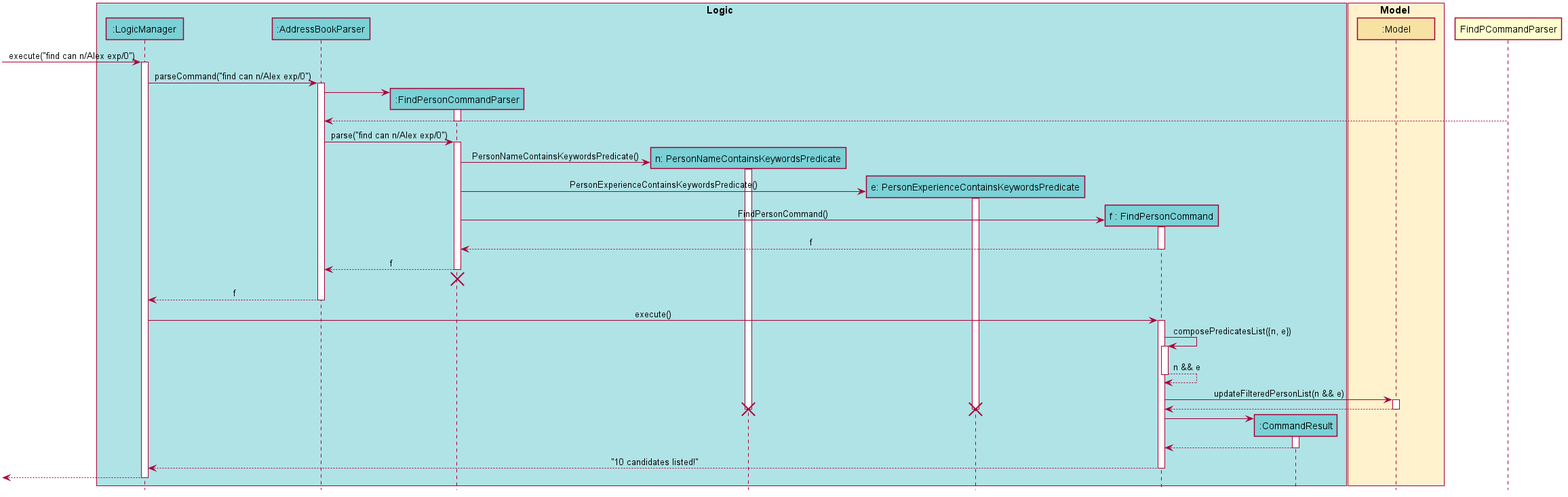
vanGoghhh/tp keeps this PlantUML diagram as docs/images/FindSequenceDiagram.png. Above is the earlier version. Source of this version:
```plantuml
@startuml








skinparam BackgroundColor #FFFFFFF

skinparam Shadowing false

skinparam Class {
    FontColor #000000
    BorderThickness 1
    BorderColor #FFFFFF
    StereotypeFontColor #000000
    FontName Arial
}

skinparam Actor {
    BorderColor #000000
    Color #000000
    FontName Arial
}

skinparam Sequence {
    MessageAlign center
    BoxFontSize 15
    BoxPadding 0
    BoxFontColor #000000
    FontName Arial
}

skinparam Participant {
    FontColor #000000
    Padding 20
}

skinparam MinClassWidth 100
skinparam ParticipantPadding 10
skinparam Shadowing false
skinparam DefaultTextAlignment center
skinparam packageStyle Rectangle

hide footbox
hide members
hide circle

box Logic #B0E3E6
participant ":LogicManager" as LogicManager #7AD1D6
participant ":AddressBookParser" as AddressBookParser #7AD1D6
participant ":FindPersonCommandParser" as FindPersonCommandParser #7AD1D6
participant "n: PersonNameContainsKeywordsPredicate" as PersonNameContainsKeywordsPredicate #7AD1D6
participant "e: PersonExperienceContainsKeywordsPredicate" as PersonExperienceContainsKeywordsPredicate #7AD1D6
participant "f : FindPersonCommand" as FindPersonCommand #7AD1D6
participant ":CommandResult" as CommandResult #7AD1D6

end box

box Model #FFF2CC
participant ":Model" as Model #F7E2A4
end box

[-> LogicManager : execute("find can n/Alex exp/0")
activate LogicManager

LogicManager -> AddressBookParser : parseCommand("find can n/Alex exp/0")
activate AddressBookParser

create FindPersonCommandParser
AddressBookParser -> FindPersonCommandParser
activate FindPersonCommandParser

FindPCommandParser --> AddressBookParser
deactivate FindPersonCommandParser

AddressBookParser -> FindPersonCommandParser : parse("find can n/Alex exp/0")
activate FindPersonCommandParser

create PersonNameContainsKeywordsPredicate
FindPersonCommandParser -> PersonNameContainsKeywordsPredicate : PersonNameContainsKeywordsPredicate()
activate PersonNameContainsKeywordsPredicate

create PersonExperienceContainsKeywordsPredicate
FindPersonCommandParser -> PersonExperienceContainsKeywordsPredicate : PersonExperienceContainsKeywordsPredicate()
activate PersonExperienceContainsKeywordsPredicate

create FindPersonCommand
FindPersonCommandParser -> FindPersonCommand : FindPersonCommand()
activate FindPersonCommand

FindPersonCommand --> FindPersonCommandParser : f
deactivate FindPersonCommand

FindPersonCommandParser --> AddressBookParser : f
deactivate FindPersonCommandParser
FindPersonCommandParser -[hidden]-> AddressBookParser
destroy FindPersonCommandParser

AddressBookParser --> LogicManager : f
deactivate AddressBookParser

LogicManager -> FindPersonCommand : execute()
activate FindPersonCommand

FindPersonCommand -> FindPersonCommand : composePredicatesList({n, e})
activate FindPersonCommand
FindPersonCommand --> FindPersonCommand : n && e
deactivate FindPersonCommand

FindPersonCommand -> Model : updateFilteredPersonList(n && e)
activate Model

Model --> FindPersonCommand
deactivate Model

destroy PersonNameContainsKeywordsPredicate
destroy PersonExperienceContainsKeywordsPredicate

create CommandResult
FindPersonCommand -> CommandResult
activate CommandResult

CommandResult --> FindPersonCommand
deactivate CommandResult

FindPersonCommand --> LogicManager : "10 candidates listed!"
deactivate FindPersonCommand

[<--LogicManager
deactivate LogicManager
@enduml
```
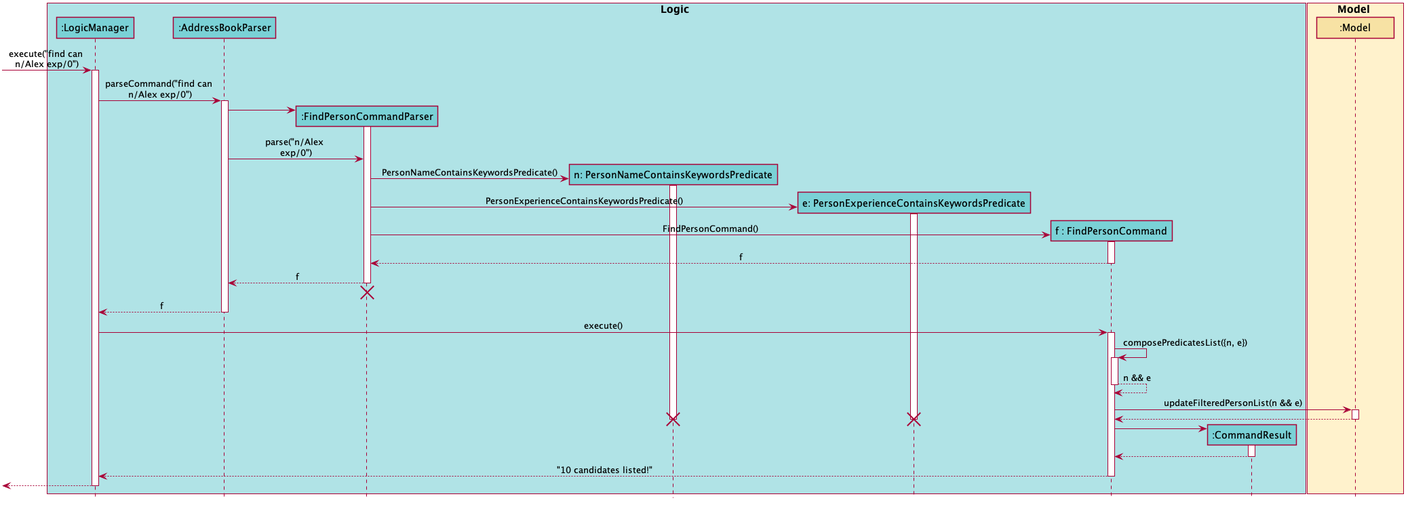
After the change.

Diff of the diagram source:
```diff
@@ -63,21 +63,19 @@
 participant ":Model" as Model #F7E2A4
 end box
 
-[-> LogicManager : execute("find can n/Alex exp/0")
+[-> LogicManager : execute("find can \nn/Alex exp/0")
 activate LogicManager
 
-LogicManager -> AddressBookParser : parseCommand("find can n/Alex exp/0")
+LogicManager -> AddressBookParser : parseCommand("find can \nn/Alex exp/0")
 activate AddressBookParser
 
 create FindPersonCommandParser
 AddressBookParser -> FindPersonCommandParser
 activate FindPersonCommandParser
 
-FindPCommandParser --> AddressBookParser
-deactivate FindPersonCommandParser
 
-AddressBookParser -> FindPersonCommandParser : parse("find can n/Alex exp/0")
-activate FindPersonCommandParser
+AddressBookParser -> FindPersonCommandParser : parse("n/Alex \nexp/0")
+
 
 create PersonNameContainsKeywordsPredicate
 FindPersonCommandParser -> PersonNameContainsKeywordsPredicate : PersonNameContainsKeywordsPredicate()
```
